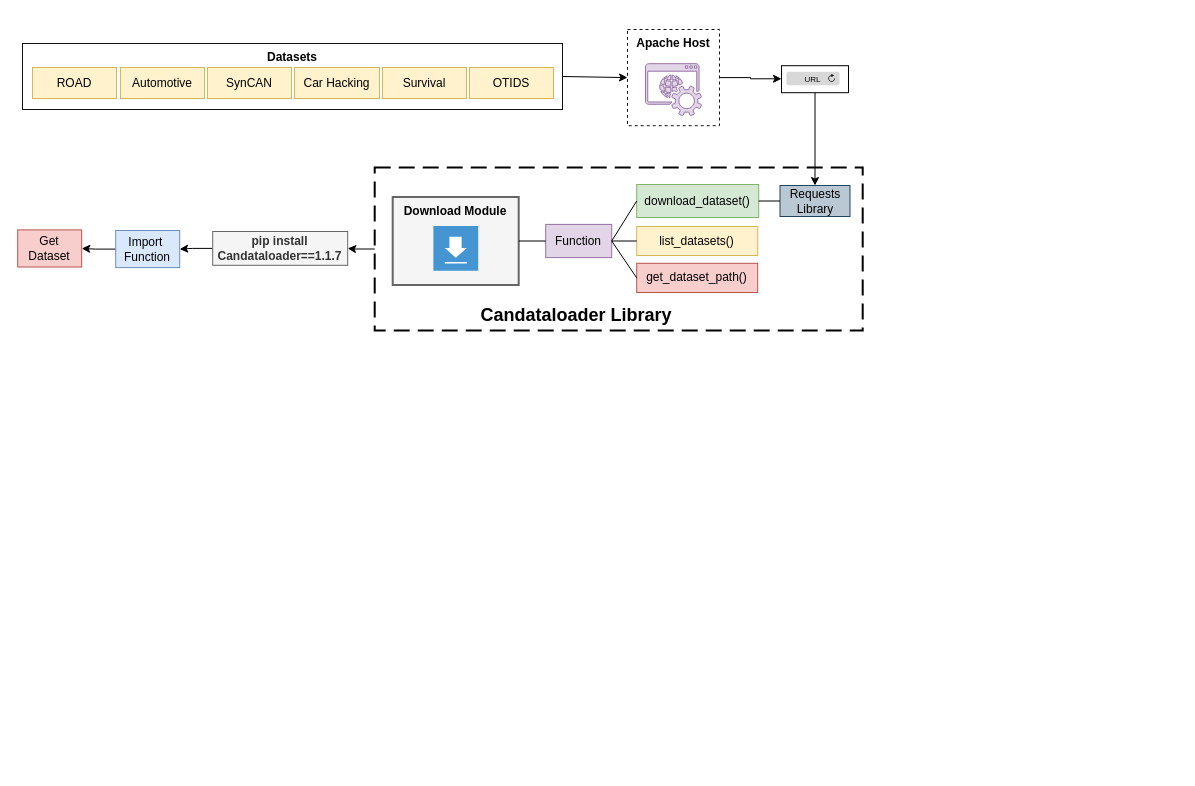
Earlier version of the draw.io diagram Candataloader.drawio (phongle18/Candataloader). Source tidied: cells renumbered, new cells numbered last; positions are measured from the earlier drawing's top-left corner, leaving out a move shared by most shapes. Both pictures are drawn from the tidied source at 100%, with x=0, y=0 at pixel (17, 29).
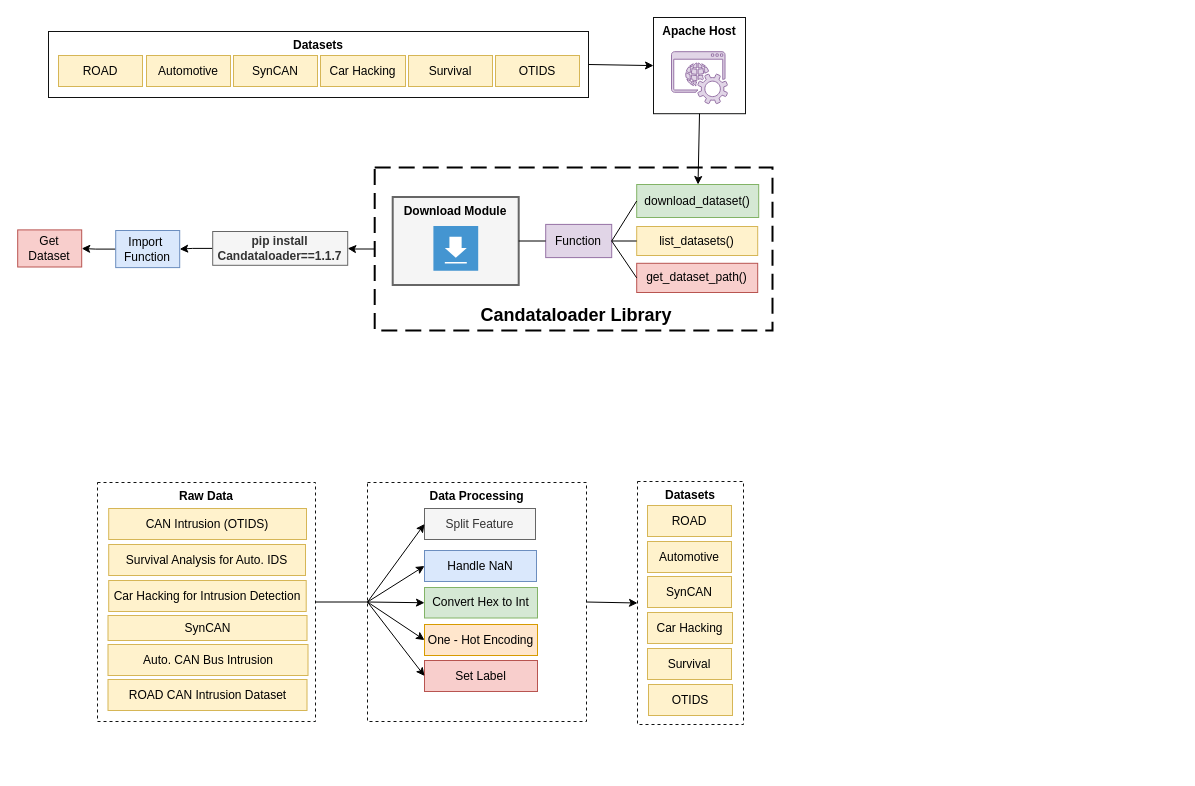
Above is the later version.

Commit message:
Cập nhật Candataloader.drawio

The change refers to these unchanged cells:
```xml
<mxCell id="8" value="download_dataset()" style="rounded=0;whiteSpace=wrap;html=1;fillColor=#d5e8d4;strokeColor=#82b366;" parent="1" vertex="1">
  <mxGeometry x="619.2" y="155" width="122" height="33" as="geometry" />
</mxCell>
```

The edit, as a diff of the source:
```diff
@@
+    <mxCell id="39" style="group;" parent="1" vertex="1">
+      <mxGeometry x="80" y="421" width="540" height="318" as="geometry" />
+    </mxCell>
+    <mxCell id="40" value="Auto. CAN Bus Intrusion" style="rounded=0;whiteSpace=wrap;html=1;fillColor=#fff2cc;strokeColor=#d6b656;" parent="39" vertex="1">
+      <mxGeometry x="10.5" y="194" width="200" height="31" as="geometry" />
+    </mxCell>
+    <mxCell id="41" value="SynCAN" style="rounded=0;whiteSpace=wrap;html=1;fillColor=#fff2cc;strokeColor=#d6b656;" parent="39" vertex="1">
+      <mxGeometry x="10.5" y="165" width="199" height="25" as="geometry" />
+    </mxCell>
+    <mxCell id="42" value="Car Hacking for Intrusion Detection" style="rounded=0;whiteSpace=wrap;html=1;fillColor=#fff2cc;strokeColor=#d6b656;" parent="39" vertex="1">
+      <mxGeometry x="11.2" y="130" width="197.5" height="31" as="geometry" />
+    </mxCell>
+    <mxCell id="43" value="Survival Analysis for Auto. IDS" style="rounded=0;whiteSpace=wrap;html=1;fillColor=#fff2cc;strokeColor=#d6b656;" parent="39" vertex="1">
+      <mxGeometry x="11.2" y="94" width="196.8" height="31" as="geometry" />
+    </mxCell>
+    <mxCell id="44" value="CAN Intrusion (OTIDS)" style="rounded=0;whiteSpace=wrap;html=1;fillColor=#fff2cc;strokeColor=#d6b656;" parent="39" vertex="1">
+      <mxGeometry x="11.2" y="58" width="197.8" height="31" as="geometry" />
+    </mxCell>
+    <mxCell id="45" value="ROAD CAN Intrusion Dataset" style="rounded=0;whiteSpace=wrap;html=1;fillColor=#fff2cc;strokeColor=#d6b656;" parent="39" vertex="1">
+      <mxGeometry x="10.5" y="229" width="199" height="31" as="geometry" />
+    </mxCell>
+    <mxCell id="46" value="&lt;b&gt;&lt;font color=&quot;#000000&quot;&gt;Raw Data&lt;/font&gt;&lt;/b&gt;" style="fillColor=none;strokeColor=#111212;verticalAlign=top;fontStyle=0;fontColor=#147EBA;whiteSpace=wrap;html=1;dashed=1;" parent="39" vertex="1">
+      <mxGeometry y="32" width="218" height="239" as="geometry" />
+    </mxCell>
+    <mxCell id="47" value="&lt;b&gt;&lt;font color=&quot;#000000&quot;&gt;Data Processing&lt;/font&gt;&lt;/b&gt;" style="fillColor=none;strokeColor=#111212;verticalAlign=top;fontStyle=0;fontColor=#147EBA;whiteSpace=wrap;html=1;dashed=1;" parent="39" vertex="1">
+      <mxGeometry x="270" y="32" width="219" height="239" as="geometry" />
+    </mxCell>
+    <mxCell id="48" value="Handle NaN" style="rounded=0;whiteSpace=wrap;html=1;fillColor=#dae8fc;strokeColor=#6c8ebf;" parent="39" vertex="1">
+      <mxGeometry x="327" y="100" width="112" height="31" as="geometry" />
+    </mxCell>
+    <mxCell id="49" value="Convert Hex to Int" style="rounded=0;whiteSpace=wrap;html=1;fillColor=#d5e8d4;strokeColor=#82b366;" parent="39" vertex="1">
+      <mxGeometry x="327" y="137" width="113" height="30.5" as="geometry" />
+    </mxCell>
+    <mxCell id="50" value="One - Hot Encoding" style="rounded=0;whiteSpace=wrap;html=1;fillColor=#ffe6cc;strokeColor=#d79b00;" parent="39" vertex="1">
+      <mxGeometry x="327" y="174" width="113" height="31" as="geometry" />
+    </mxCell>
+    <mxCell id="51" value="Set Label" style="rounded=0;whiteSpace=wrap;html=1;fillColor=#f8cecc;strokeColor=#b85450;" parent="39" vertex="1">
+      <mxGeometry x="327" y="210" width="113" height="31" as="geometry" />
+    </mxCell>
+    <mxCell id="52" value="Split Feature" style="rounded=0;whiteSpace=wrap;html=1;fillColor=#f5f5f5;strokeColor=#666666;fontColor=#333333;" parent="39" vertex="1">
+      <mxGeometry x="327" y="58" width="111" height="31" as="geometry" />
+    </mxCell>
+    <mxCell id="53" style="endArrow=classic;html=1;rounded=0;exitX=0;exitY=0.5;exitDx=0;exitDy=0;entryX=0;entryY=0.5;entryDx=0;entryDy=0;" parent="39" edge="1" source="47" target="52">
+      <mxGeometry relative="1" as="geometry" />
+    </mxCell>
+    <mxCell id="54" style="endArrow=classic;html=1;rounded=0;exitX=0;exitY=0.5;exitDx=0;exitDy=0;entryX=0;entryY=0.5;entryDx=0;entryDy=0;" parent="39" edge="1" source="47" target="48">
+      <mxGeometry relative="1" as="geometry" />
+    </mxCell>
+    <mxCell id="55" style="endArrow=classic;html=1;rounded=0;exitX=0;exitY=0.5;exitDx=0;exitDy=0;entryX=0;entryY=0.5;entryDx=0;entryDy=0;" parent="39" edge="1" source="47" target="49">
+      <mxGeometry relative="1" as="geometry" />
+    </mxCell>
+    <mxCell id="56" style="endArrow=classic;html=1;rounded=0;exitX=0;exitY=0.5;exitDx=0;exitDy=0;entryX=0;entryY=0.5;entryDx=0;entryDy=0;" parent="39" edge="1" source="47" target="50">
+      <mxGeometry relative="1" as="geometry" />
+    </mxCell>
+    <mxCell id="57" style="endArrow=classic;html=1;rounded=0;exitX=0;exitY=0.5;exitDx=0;exitDy=0;entryX=0;entryY=0.5;entryDx=0;entryDy=0;" parent="39" edge="1" source="47" target="51">
+      <mxGeometry relative="1" as="geometry" />
+    </mxCell>
+    <mxCell id="58" style="endArrow=none;html=1;rounded=0;exitX=1;exitY=0.5;exitDx=0;exitDy=0;entryX=0;entryY=0.5;entryDx=0;entryDy=0;" parent="39" edge="1" source="46" target="47">
+      <mxGeometry relative="1" as="geometry" />
+    </mxCell>
     <mxCell id="2" style="rounded=1;arcSize=0;dashed=1;strokeColor=#000000;fillColor=none;gradientColor=none;dashPattern=8 4;strokeWidth=2;fontColor=#000000;" parent="1" vertex="1">
-      <mxGeometry x="357.2" y="138" width="488" height="163" as="geometry" />
+      <mxGeometry x="357.2" y="138" width="397.8" height="163" as="geometry" />
     </mxCell>
@@
-    <mxCell id="4" style="edgeStyle=orthogonalEdgeStyle;rounded=0;jettySize=auto;html=1;entryX=0.516;entryY=0;entryDx=0;entryDy=0;entryPerimeter=0;" parent="1" edge="1" source="36" target="24">
-      <mxGeometry relative="1" as="geometry" />
-    </mxCell>
@@
-    <mxCell id="17" value="Requests Library" style="rounded=0;whiteSpace=wrap;html=1;fillColor=#bac8d3;strokeColor=#23445d;" parent="1" vertex="1">
-      <mxGeometry x="762.5" y="156" width="70" height="31" as="geometry" />
-    </mxCell>
-    <mxCell id="18" style="endArrow=none;html=1;rounded=0;entryX=0;entryY=0.5;entryDx=0;entryDy=0;exitX=1;exitY=0.5;exitDx=0;exitDy=0;" parent="1" edge="1" source="8" target="17">
-      <mxGeometry relative="1" as="geometry" />
-    </mxCell>
@@
-    <mxCell id="23" style="group;rotation=-90;" parent="1" vertex="1">
-      <mxGeometry x="782" y="19" width="48" height="63.5" as="geometry" />
-    </mxCell>
-    <mxCell id="24" style="rounded=0;whiteSpace=wrap;html=1;rotation=-90;" parent="23" vertex="1">
-      <mxGeometry x="2" y="-2.8" width="27" height="67" as="geometry" />
-    </mxCell>
-    <mxCell id="25" value="URL" style="html=1;strokeWidth=1;shadow=0;dashed=0;shape=mxgraph.ios7ui.url;buttonText=;strokeColor2=#222222;fontSize=8;spacingTop=2;align=center;whiteSpace=wrap;rotation=0;" parent="23" vertex="1">
-      <mxGeometry x="-16" y="20.5" width="59" height="19" as="geometry" />
-    </mxCell>
-    <mxCell id="26" style="endArrow=classic;html=1;rounded=0;exitX=0;exitY=0.5;exitDx=0;exitDy=0;entryX=0.5;entryY=0;entryDx=0;entryDy=0;" parent="1" edge="1" source="24" target="17">
-      <mxGeometry relative="1" as="geometry" />
-    </mxCell>
     <mxCell id="27" style="group;" parent="1" vertex="1">
-      <mxGeometry x="5" y="14" width="540" height="66" as="geometry" />
+      <mxGeometry x="31" y="2" width="540" height="66" as="geometry" />
     </mxCell>
@@
     <mxCell id="35" style="group;" parent="1" vertex="1">
-      <mxGeometry x="610" width="92" height="96.2" as="geometry" />
+      <mxGeometry x="636" y="-12" width="92" height="96.2" as="geometry" />
     </mxCell>
-    <mxCell id="36" value="&lt;font color=&quot;#000000&quot;&gt;&lt;b&gt;Apache Host&lt;/b&gt;&lt;/font&gt;" style="fillColor=none;strokeColor=#111212;dashed=1;verticalAlign=top;fontStyle=0;fontColor=#147EBA;whiteSpace=wrap;html=1;" parent="35" vertex="1">
+    <mxCell id="36" value="&lt;font color=&quot;#000000&quot;&gt;&lt;b&gt;Apache Host&lt;/b&gt;&lt;/font&gt;" style="fillColor=none;strokeColor=#111212;verticalAlign=top;fontStyle=0;fontColor=#147EBA;whiteSpace=wrap;html=1;" parent="35" vertex="1">
       <mxGeometry width="92" height="96.2" as="geometry" />
     </mxCell>
@@
+    <mxCell id="59" style="endArrow=classic;html=1;rounded=0;exitX=0.5;exitY=1;exitDx=0;exitDy=0;" parent="1" edge="1" source="36" target="8">
+      <mxGeometry relative="1" as="geometry" />
+    </mxCell>
+    <mxCell id="60" style="group;" parent="1" vertex="1">
+      <mxGeometry x="620" y="452" width="540" height="243" as="geometry" />
+    </mxCell>
+    <mxCell id="61" value="&lt;b&gt;&lt;font color=&quot;#000000&quot;&gt;Datasets&lt;/font&gt;&lt;/b&gt;" style="fillColor=none;strokeColor=#111212;verticalAlign=top;fontStyle=0;fontColor=#147EBA;whiteSpace=wrap;html=1;dashed=1;" parent="60" vertex="1">
+      <mxGeometry width="106" height="243" as="geometry" />
+    </mxCell>
+    <mxCell id="62" value="Survival" style="rounded=0;whiteSpace=wrap;html=1;fillColor=#fff2cc;strokeColor=#d6b656;" parent="60" vertex="1">
+      <mxGeometry x="10" y="167" width="84" height="31" as="geometry" />
+    </mxCell>
+    <mxCell id="63" value="Car Hacking" style="rounded=0;whiteSpace=wrap;html=1;fillColor=#fff2cc;strokeColor=#d6b656;" parent="60" vertex="1">
+      <mxGeometry x="10" y="131" width="85" height="31" as="geometry" />
+    </mxCell>
+    <mxCell id="64" value="SynCAN" style="rounded=0;whiteSpace=wrap;html=1;fillColor=#fff2cc;strokeColor=#d6b656;" parent="60" vertex="1">
+      <mxGeometry x="10" y="95" width="84" height="31" as="geometry" />
+    </mxCell>
+    <mxCell id="65" value="Automotive" style="rounded=0;whiteSpace=wrap;html=1;fillColor=#fff2cc;strokeColor=#d6b656;" parent="60" vertex="1">
+      <mxGeometry x="10" y="60" width="84" height="31" as="geometry" />
+    </mxCell>
+    <mxCell id="66" value="ROAD" style="rounded=0;whiteSpace=wrap;html=1;fillColor=#fff2cc;strokeColor=#d6b656;" parent="60" vertex="1">
+      <mxGeometry x="10" y="24" width="84" height="31" as="geometry" />
+    </mxCell>
+    <mxCell id="67" value="OTIDS" style="rounded=0;whiteSpace=wrap;html=1;fillColor=#fff2cc;strokeColor=#d6b656;" parent="60" vertex="1">
+      <mxGeometry x="11" y="203" width="84" height="31" as="geometry" />
+    </mxCell>
+    <mxCell id="68" style="endArrow=classic;html=1;rounded=0;exitX=1;exitY=0.5;exitDx=0;exitDy=0;entryX=0;entryY=0.5;entryDx=0;entryDy=0;" parent="1" edge="1" source="47" target="61">
+      <mxGeometry relative="1" as="geometry" />
+    </mxCell>
```
